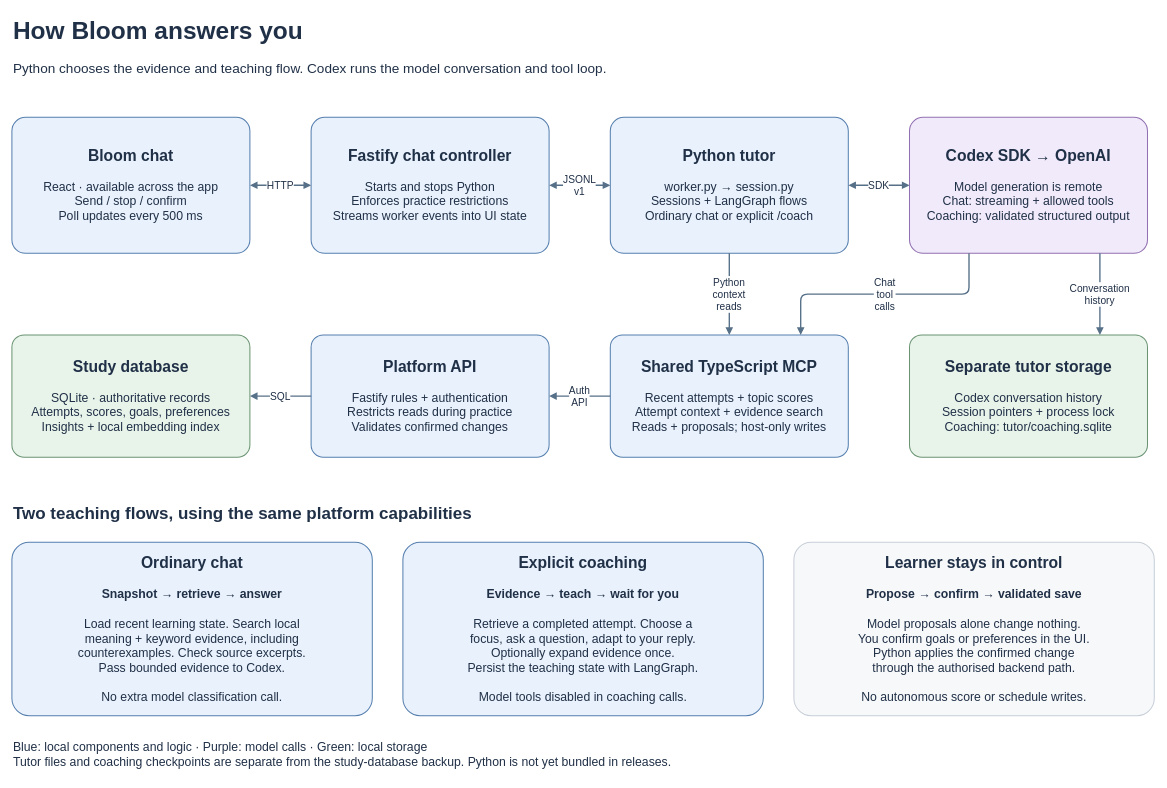
Before: page "Bloom AI tutor" (2 of 3) of docs/architecture/bloomcode.drawio in pritanb/bloomcode, a draw.io diagram. Source tidied: cells renumbered, new cells numbered last; positions are measured from the earlier drawing's top-left corner, leaving out a move shared by most shapes. Both pictures are drawn from the tidied source at 68%, with x=0, y=0 at pixel (12, 12).
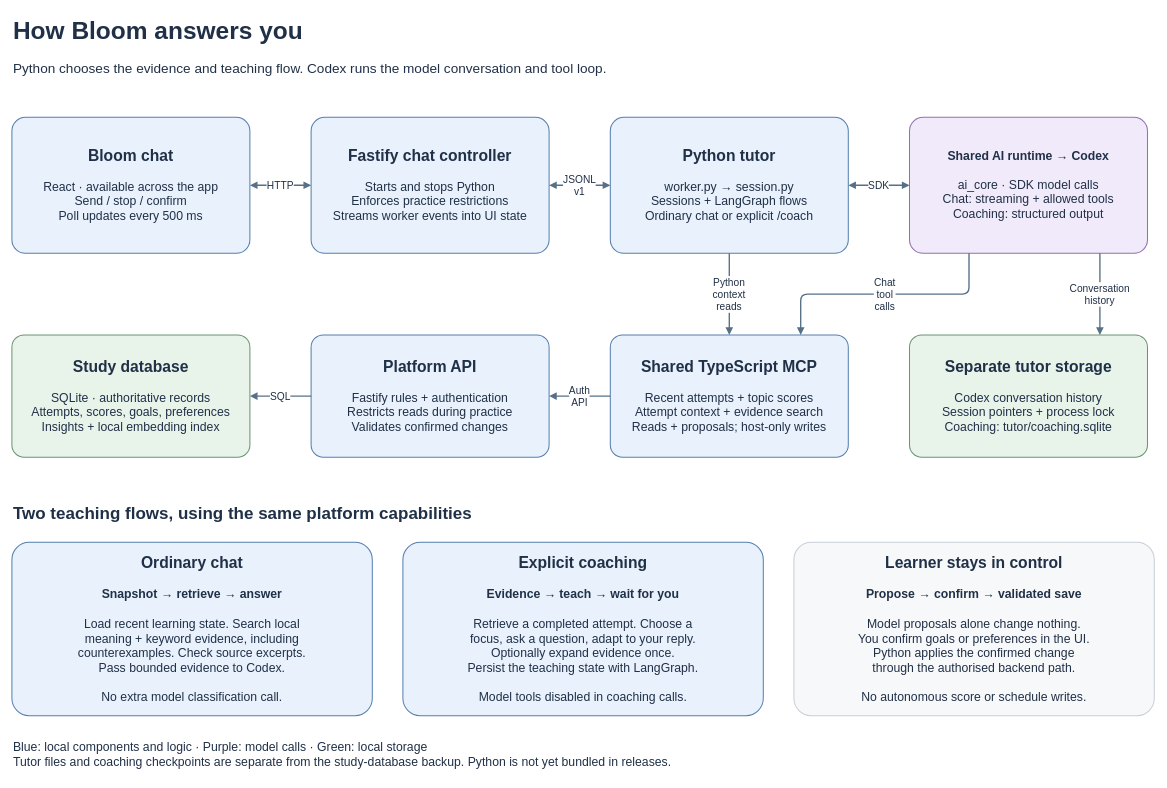
The same page after the edit.

What changed in the source:
```diff
@@
-    <mxCell id="7" value="&lt;b&gt;&lt;font style=&quot;font-size:23px&quot;&gt;Codex SDK → OpenAI&lt;/font&gt;&lt;/b&gt;&lt;br&gt;&lt;br&gt;Model generation is remote&lt;br&gt;Chat: streaming + allowed tools&lt;br&gt;Coaching: validated structured output" style="html=1;whiteSpace=wrap;fontFamily=Helvetica;fontSize=18;fontColor=#203047;rounded=1;arcSize=10;fillColor=#f0eafa;strokeColor=#9270b1;strokeWidth=1.5;spacing=18;" parent="1" vertex="1">
+    <mxCell id="7" value="&lt;b&gt;Shared AI runtime → Codex&lt;/b&gt;&lt;br&gt;&lt;br&gt;ai_core · SDK model calls&lt;br&gt;Chat: streaming + allowed tools&lt;br&gt;Coaching: structured output" style="html=1;whiteSpace=wrap;fontFamily=Helvetica;fontSize=18;fontColor=#203047;rounded=1;arcSize=10;fillColor=#f0eafa;strokeColor=#9270b1;strokeWidth=1.5;spacing=18;" parent="1" vertex="1">
       <mxGeometry x="1320" y="155" width="350" height="200" as="geometry" />
     </mxCell>
```
